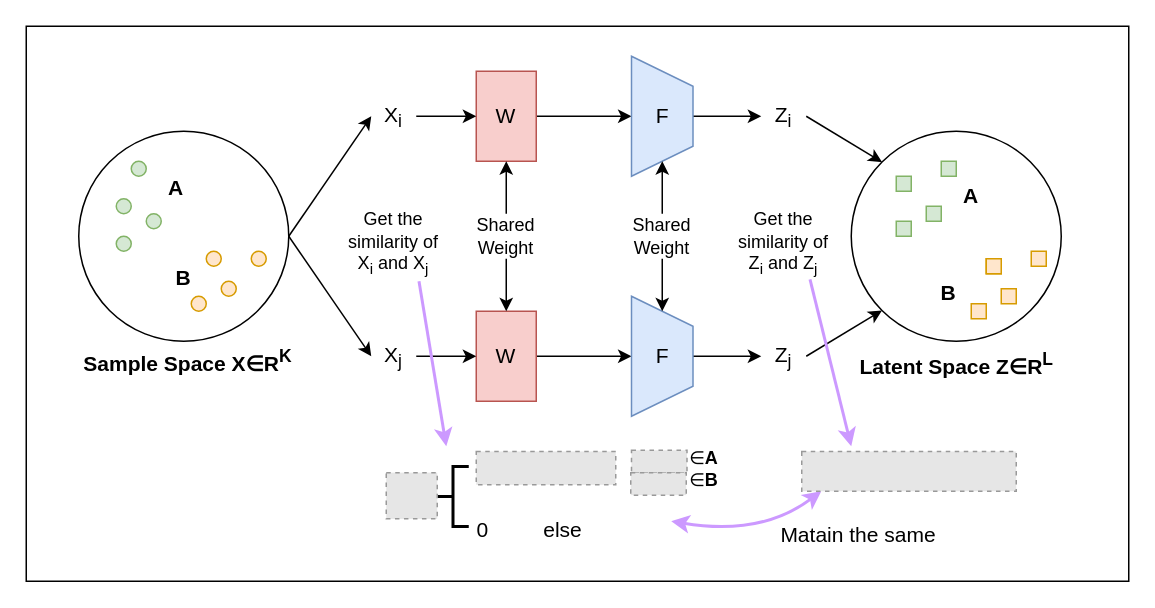
This is dmt.drawio from cauchy-max/my-room, a draw.io file, before an edit. Source tidied: cells renumbered, new cells numbered last; positions are measured from the earlier drawing's top-left corner, leaving out a move shared by most shapes. Both pictures are drawn from the tidied source at 150%, with x=0, y=0 at pixel (26, 26). Pictures stored in the file or linked from it are replaced by grey dashed boxes.
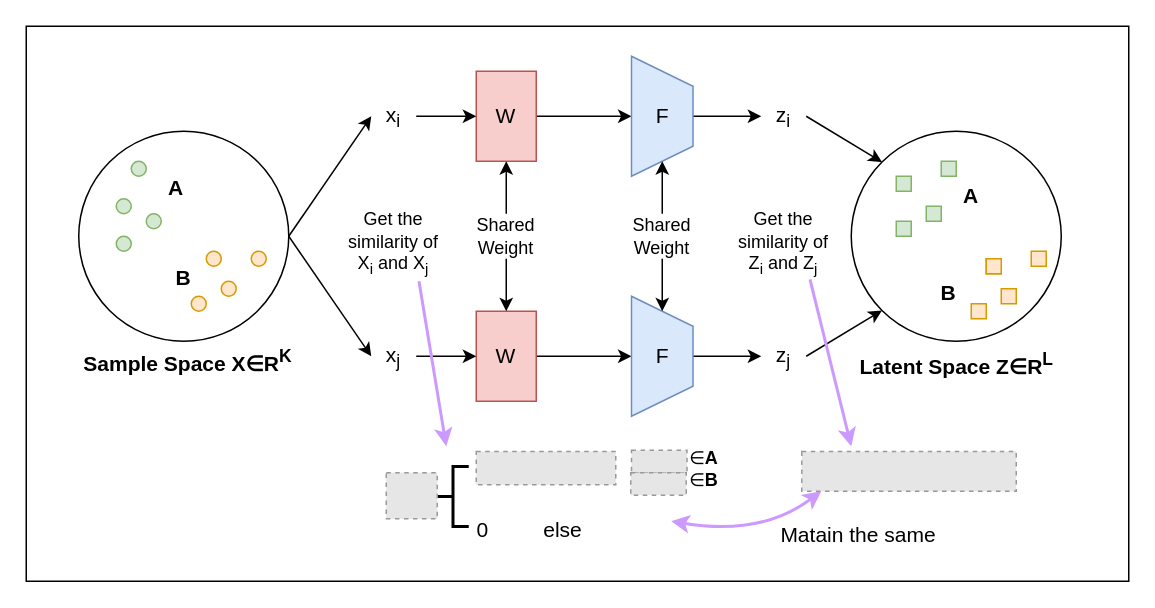
After the change.

Diff of the diagram source:
```diff
@@
-    <mxCell id="31" value="&lt;font style=&quot;font-size: 14px;&quot;&gt;X&lt;sub&gt;i&lt;/sub&gt;&lt;/font&gt;" style="text;html=1;strokeColor=none;fillColor=none;align=center;verticalAlign=middle;whiteSpace=wrap;rounded=0;" parent="1" vertex="1">
+    <mxCell id="31" value="&lt;span style=&quot;font-size: 14px;&quot;&gt;x&lt;sub&gt;i&lt;/sub&gt;&lt;/span&gt;" style="text;html=1;strokeColor=none;fillColor=none;align=center;verticalAlign=middle;whiteSpace=wrap;rounded=0;" parent="1" vertex="1">
       <mxGeometry x="230" y="50" width="30" height="20" as="geometry" />
     </mxCell>
@@
-    <mxCell id="33" value="&lt;font style=&quot;font-size: 14px;&quot;&gt;X&lt;sub&gt;j&lt;/sub&gt;&lt;/font&gt;" style="text;html=1;strokeColor=none;fillColor=none;align=center;verticalAlign=middle;whiteSpace=wrap;rounded=0;" parent="1" vertex="1">
+    <mxCell id="33" value="&lt;span style=&quot;font-size: 14px;&quot;&gt;x&lt;sub&gt;j&lt;/sub&gt;&lt;/span&gt;" style="text;html=1;strokeColor=none;fillColor=none;align=center;verticalAlign=middle;whiteSpace=wrap;rounded=0;" parent="1" vertex="1">
       <mxGeometry x="230" y="210" width="30" height="20" as="geometry" />
     </mxCell>
-    <mxCell id="34" value="&lt;span style=&quot;font-size: 14px;&quot;&gt;Z&lt;sub&gt;i&lt;/sub&gt;&lt;/span&gt;" style="text;html=1;strokeColor=none;fillColor=none;align=center;verticalAlign=middle;whiteSpace=wrap;rounded=0;" parent="1" vertex="1">
+    <mxCell id="34" value="&lt;span style=&quot;font-size: 14px;&quot;&gt;z&lt;sub&gt;i&lt;/sub&gt;&lt;/span&gt;" style="text;html=1;strokeColor=none;fillColor=none;align=center;verticalAlign=middle;whiteSpace=wrap;rounded=0;" parent="1" vertex="1">
       <mxGeometry x="490" y="50" width="30" height="20" as="geometry" />
     </mxCell>
-    <mxCell id="35" value="&lt;span style=&quot;font-size: 14px;&quot;&gt;Z&lt;sub&gt;j&lt;/sub&gt;&lt;/span&gt;" style="text;html=1;strokeColor=none;fillColor=none;align=center;verticalAlign=middle;whiteSpace=wrap;rounded=0;" parent="1" vertex="1">
+    <mxCell id="35" value="&lt;span style=&quot;font-size: 14px;&quot;&gt;z&lt;sub&gt;j&lt;/sub&gt;&lt;/span&gt;" style="text;html=1;strokeColor=none;fillColor=none;align=center;verticalAlign=middle;whiteSpace=wrap;rounded=0;" parent="1" vertex="1">
       <mxGeometry x="490" y="210" width="30" height="20" as="geometry" />
     </mxCell>
```
